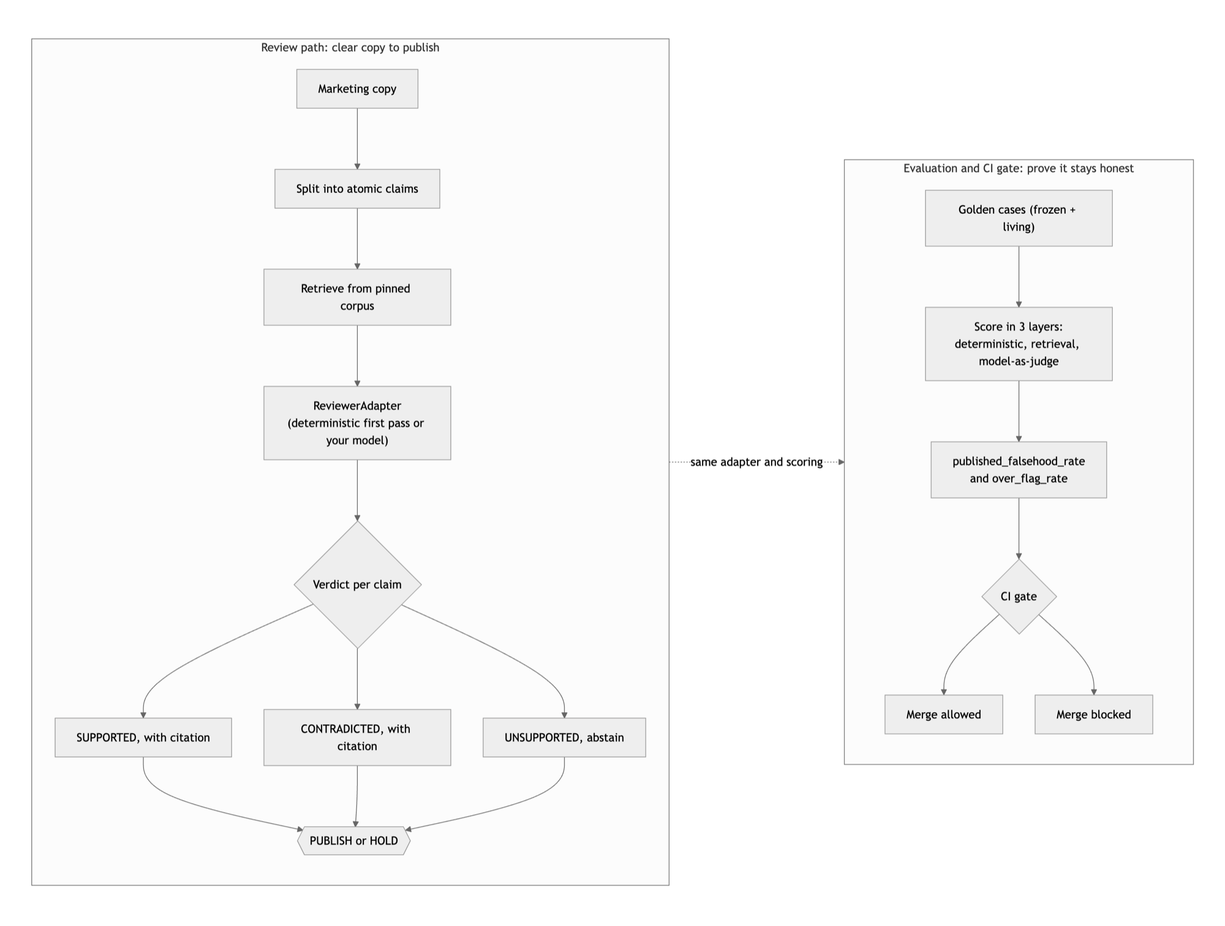
Before: assets/architecture.png, a diagram exported from Mermaid (alemadian/claimcheck). Its source is kept beside it as assets/architecture.mmd. Source of this version:
```mermaid
flowchart LR
    subgraph REVIEW["Review path: clear copy to publish"]
        direction TB
        A[Marketing copy] --> B[Split into atomic claims]
        B --> C[Retrieve from pinned corpus]
        C --> D["ReviewerAdapter<br/>(deterministic first pass or your model)"]
        D --> E{Verdict per claim}
        E --> F["SUPPORTED, with citation"]
        E --> G["CONTRADICTED, with citation"]
        E --> H["UNSUPPORTED, abstain"]
        F --> I{{PUBLISH or HOLD}}
        G --> I
        H --> I
    end
    subgraph EVAL["Evaluation and CI gate: prove it stays honest"]
        direction TB
        J["Golden cases (frozen + living)"] --> K["Score in 3 layers:<br/>deterministic, retrieval, model-as-judge"]
        K --> L["published_falsehood_rate<br/>and over_flag_rate"]
        L --> M{CI gate}
        M --> N[Merge allowed]
        M --> O[Merge blocked]
    end
    D -. "same adapter and scoring" .-> K
```
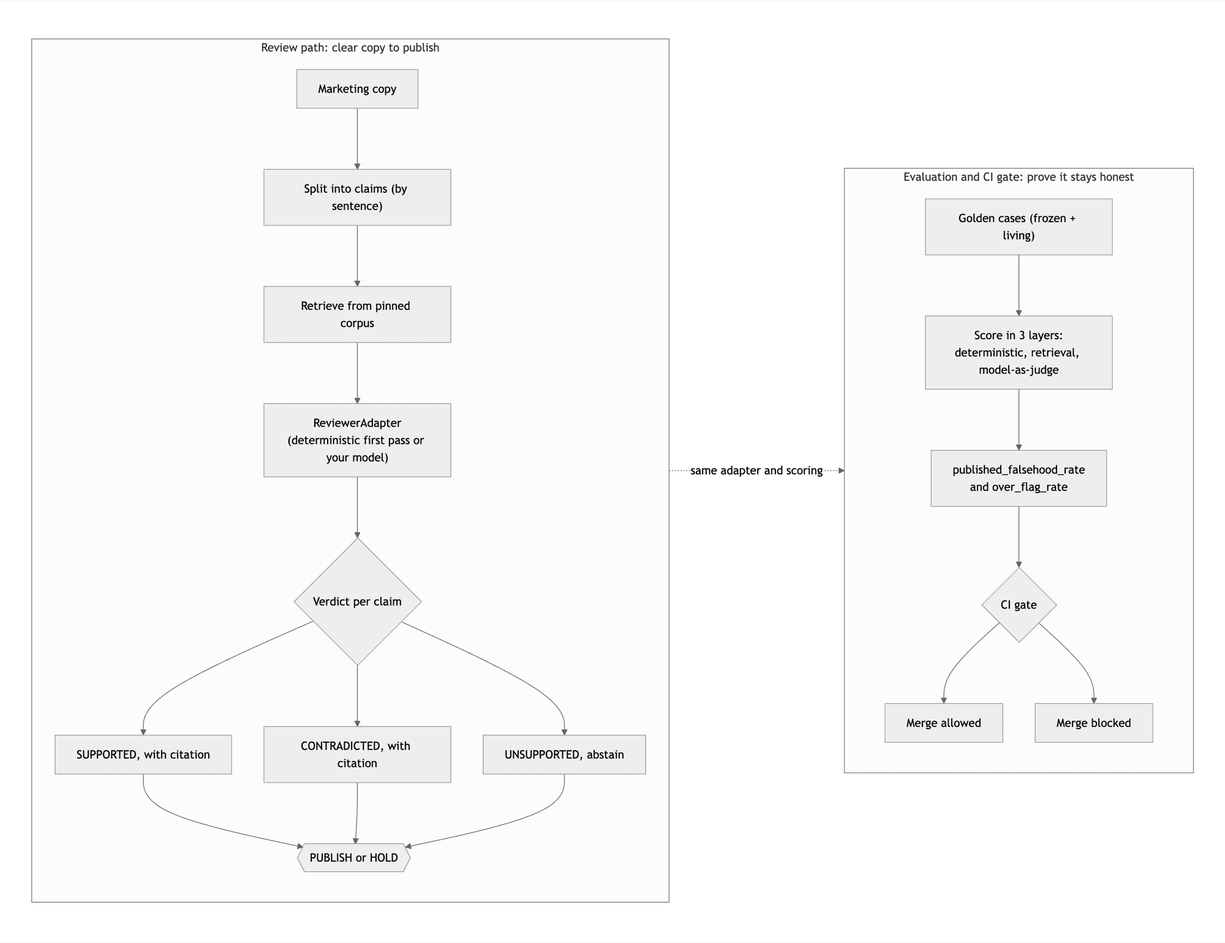
Later version of the same file.

What changed in the source:
```diff
@@ -1,7 +1,7 @@
 flowchart LR
     subgraph REVIEW["Review path: clear copy to publish"]
         direction TB
-        A[Marketing copy] --> B[Split into atomic claims]
+        A[Marketing copy] --> B["Split into claims (by sentence)"]
         B --> C[Retrieve from pinned corpus]
         C --> D["ReviewerAdapter<br/>(deterministic first pass or your model)"]
         D --> E{Verdict per claim}
```
